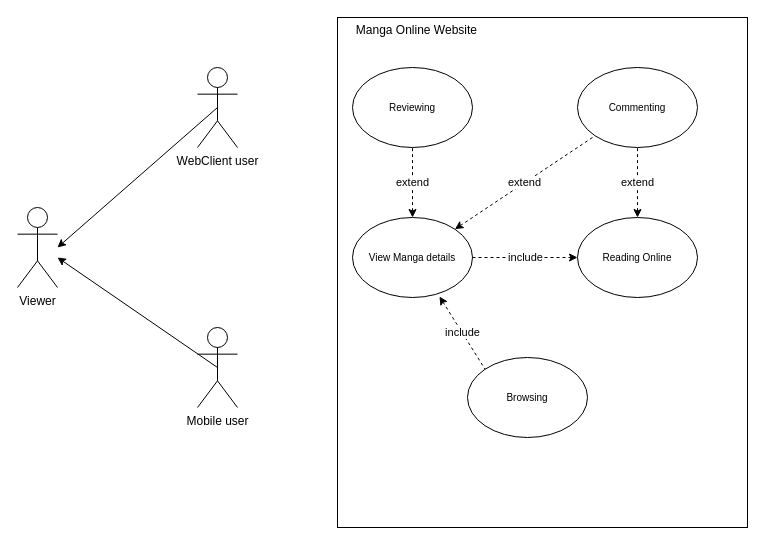
Above: MangaDiagramv0.2.drawio in Sotatek-HoangNguyen4/Sotatek-HoangNguyen4 (draw.io), before the change. Source tidied: cells renumbered, new cells numbered last; positions are measured from the earlier drawing's top-left corner, leaving out a move shared by most shapes. Both pictures are drawn from the tidied source at 100%, with x=0, y=0 at pixel (17, 17).
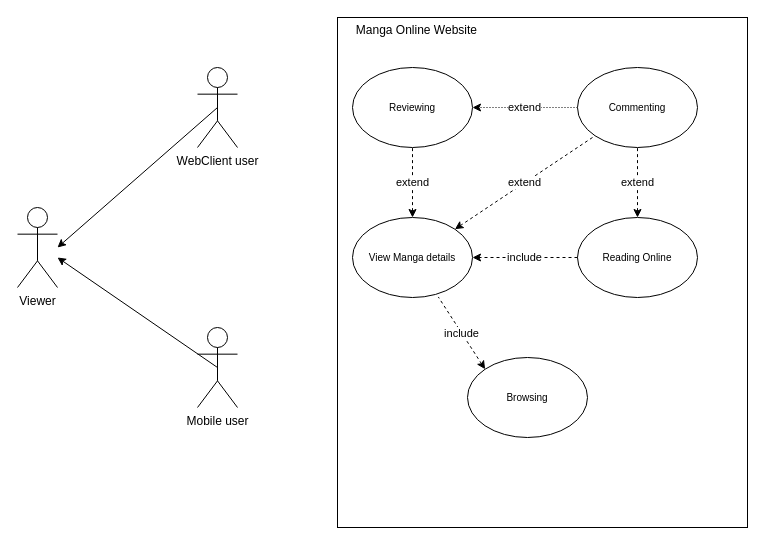
The same page after the edit.

Unchanged cells that the change refers to:
```xml
<mxCell id="3" value="&lt;font size=&quot;1&quot;&gt;Reading Online&lt;/font&gt;" style="ellipse;whiteSpace=wrap;html=1;" parent="1" vertex="1">
  <mxGeometry x="560" y="200" width="120" height="80" as="geometry" />
</mxCell>
<mxCell id="4" value="&lt;font size=&quot;1&quot;&gt;Browsing&lt;/font&gt;" style="ellipse;whiteSpace=wrap;html=1;" parent="1" vertex="1">
  <mxGeometry x="450" y="340" width="120" height="80" as="geometry" />
</mxCell>
<mxCell id="5" value="&lt;font size=&quot;1&quot;&gt;Reviewing&lt;/font&gt;" style="ellipse;whiteSpace=wrap;html=1;" parent="1" vertex="1">
  <mxGeometry x="335" y="50" width="120" height="80" as="geometry" />
</mxCell>
<mxCell id="11" value="&lt;font size=&quot;1&quot;&gt;Commenting&lt;/font&gt;" style="ellipse;whiteSpace=wrap;html=1;" parent="1" vertex="1">
  <mxGeometry x="560" y="50" width="120" height="80" as="geometry" />
</mxCell>
<mxCell id="12" value="&lt;font size=&quot;1&quot;&gt;View Manga details&lt;/font&gt;" style="ellipse;whiteSpace=wrap;html=1;" parent="1" vertex="1">
  <mxGeometry x="335" y="200" width="120" height="80" as="geometry" />
</mxCell>
```

The edit, as a diff of the source:
```diff
@@
+    <mxCell id="18" value="extend" style="edgeStyle=none;rounded=1;sketch=0;jettySize=auto;html=1;startArrow=none;startFill=0;endArrow=classic;endFill=1;dashed=1;dashPattern=1 2;" parent="1" edge="1" source="11" target="5">
+      <mxGeometry relative="1" as="geometry" />
+    </mxCell>
@@
-    <mxCell id="13" value="include" style="endArrow=none;dashed=1;html=1;entryX=0;entryY=0;entryDx=0;entryDy=0;endFill=0;startArrow=classic;startFill=1;" parent="1" edge="1" target="4">
-      <mxGeometry relative="1" as="geometry">
-        <mxPoint x="422" y="279" as="sourcePoint" />
-      </mxGeometry>
+    <mxCell id="13" value="include" style="endArrow=none;dashed=1;html=1;entryX=0.715;entryY=0.993;entryDx=0;entryDy=0;endFill=0;startArrow=classic;startFill=1;entryPerimeter=0;exitX=0;exitY=0;exitDx=0;exitDy=0;" parent="1" edge="1" source="4" target="12">
+      <mxGeometry relative="1" as="geometry" />
     </mxCell>
@@
-    <mxCell id="16" value="include" style="endArrow=classic;dashed=1;html=1;entryX=0;entryY=0.5;entryDx=0;entryDy=0;exitX=1;exitY=0.5;exitDx=0;exitDy=0;endFill=1;" parent="1" edge="1" source="12" target="3">
+    <mxCell id="16" value="include" style="endArrow=classic;dashed=1;html=1;exitX=0;exitY=0.5;exitDx=0;exitDy=0;endFill=1;entryX=1;entryY=0.5;entryDx=0;entryDy=0;startArrow=none;startFill=0;" parent="1" edge="1" source="3" target="12">
       <mxGeometry relative="1" as="geometry" />
     </mxCell>
```
